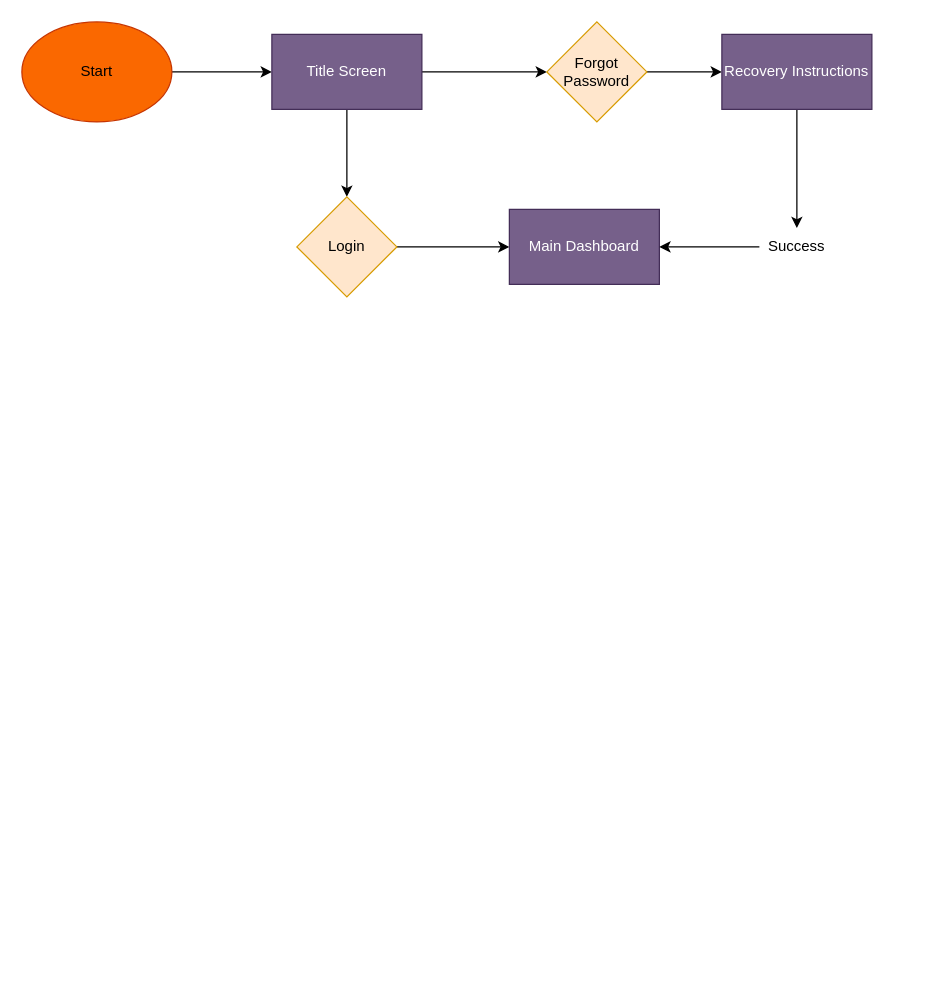
The draw.io diagram Untitled Diagram.drawio in XeLTzy/my-second-repo, before the edit. Source tidied: cells renumbered, new cells numbered last; positions are measured from the earlier drawing's top-left corner, leaving out a move shared by most shapes. Both pictures are drawn from the tidied source at 125%, with x=0, y=0 at pixel (21, 21).
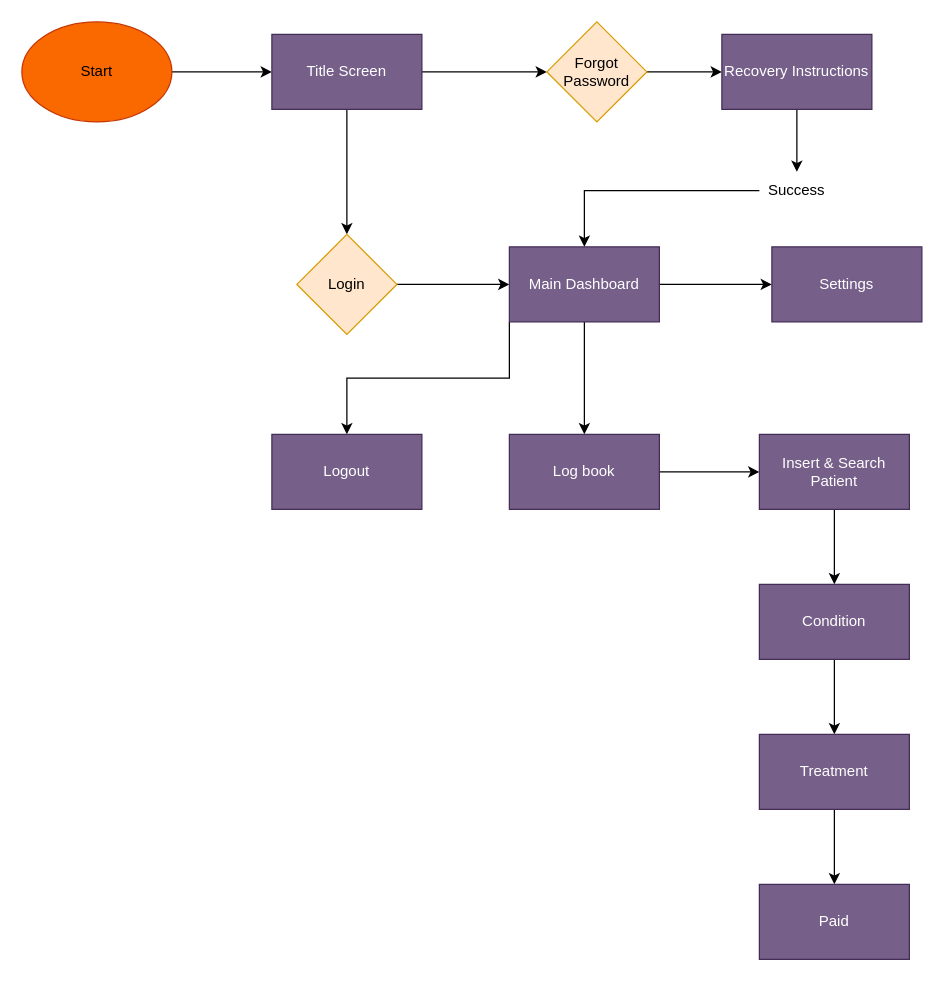
After the change.

The edit, as a diff of the source:
```diff
@@
     <mxCell id="8" value="Login" style="rhombus;whiteSpace=wrap;html=1;fillColor=#ffe6cc;strokeColor=#d79b00;" parent="1" vertex="1">
-      <mxGeometry x="220" y="140" width="80" height="80" as="geometry" />
+      <mxGeometry x="220" y="170" width="80" height="80" as="geometry" />
     </mxCell>
@@
+    <mxCell id="16" style="edgeStyle=orthogonalEdgeStyle;rounded=0;jettySize=auto;html=1;" parent="1" edge="1" source="13" target="20">
+      <mxGeometry relative="1" as="geometry" />
+    </mxCell>
+    <mxCell id="17" style="edgeStyle=orthogonalEdgeStyle;rounded=0;jettySize=auto;html=1;" parent="1" edge="1" source="13" target="27">
+      <mxGeometry relative="1" as="geometry" />
+    </mxCell>
+    <mxCell id="18" style="edgeStyle=orthogonalEdgeStyle;rounded=0;jettySize=auto;html=1;exitX=0;exitY=1;exitDx=0;exitDy=0;" parent="1" edge="1" source="13" target="29">
+      <mxGeometry relative="1" as="geometry" />
+    </mxCell>
     <mxCell id="13" value="Main Dashboard" style="whiteSpace=wrap;html=1;fillColor=#76608a;strokeColor=#432D57;fontColor=#ffffff;" parent="1" vertex="1">
-      <mxGeometry x="390" y="150" width="120" height="60" as="geometry" />
+      <mxGeometry x="390" y="180" width="120" height="60" as="geometry" />
     </mxCell>
-    <mxCell id="14" style="edgeStyle=orthogonalEdgeStyle;rounded=0;jettySize=auto;html=1;exitX=0;exitY=0.5;exitDx=0;exitDy=0;entryX=1;entryY=0.5;entryDx=0;entryDy=0;" parent="1" edge="1" source="15" target="13">
+    <mxCell id="14" style="edgeStyle=orthogonalEdgeStyle;rounded=0;jettySize=auto;html=1;exitX=0;exitY=0.5;exitDx=0;exitDy=0;entryX=0.5;entryY=0;entryDx=0;entryDy=0;" parent="1" edge="1" source="15" target="13">
       <mxGeometry relative="1" as="geometry" />
     </mxCell>
     <mxCell id="15" value="Success" style="text;html=1;align=center;verticalAlign=middle;whiteSpace=wrap;rounded=0;" parent="1" vertex="1">
-      <mxGeometry x="590" y="165" width="60" height="30" as="geometry" />
+      <mxGeometry x="590" y="120" width="60" height="30" as="geometry" />
     </mxCell>
+    <mxCell id="19" style="edgeStyle=orthogonalEdgeStyle;rounded=0;jettySize=auto;html=1;" parent="1" edge="1" source="20" target="22">
+      <mxGeometry relative="1" as="geometry" />
+    </mxCell>
+    <mxCell id="20" value="Log book" style="whiteSpace=wrap;html=1;fillColor=#76608a;strokeColor=#432D57;fontColor=#ffffff;" parent="1" vertex="1">
+      <mxGeometry x="390" y="330" width="120" height="60" as="geometry" />
+    </mxCell>
+    <mxCell id="21" style="edgeStyle=orthogonalEdgeStyle;rounded=0;jettySize=auto;html=1;" parent="1" edge="1" source="22" target="24">
+      <mxGeometry relative="1" as="geometry" />
+    </mxCell>
+    <mxCell id="22" value="Insert &amp;amp; Search Patient" style="whiteSpace=wrap;html=1;fillColor=#76608a;strokeColor=#432D57;fontColor=#ffffff;" parent="1" vertex="1">
+      <mxGeometry x="590" y="330" width="120" height="60" as="geometry" />
+    </mxCell>
+    <mxCell id="23" style="edgeStyle=orthogonalEdgeStyle;rounded=0;jettySize=auto;html=1;" parent="1" edge="1" source="24" target="26">
+      <mxGeometry relative="1" as="geometry" />
+    </mxCell>
+    <mxCell id="24" value="Condition" style="whiteSpace=wrap;html=1;fillColor=#76608a;strokeColor=#432D57;fontColor=#ffffff;" parent="1" vertex="1">
+      <mxGeometry x="590" y="450" width="120" height="60" as="geometry" />
+    </mxCell>
+    <mxCell id="25" style="edgeStyle=orthogonalEdgeStyle;rounded=0;jettySize=auto;html=1;" parent="1" edge="1" source="26" target="28">
+      <mxGeometry relative="1" as="geometry" />
+    </mxCell>
+    <mxCell id="26" value="Treatment" style="whiteSpace=wrap;html=1;fillColor=#76608a;strokeColor=#432D57;fontColor=#ffffff;" parent="1" vertex="1">
+      <mxGeometry x="590" y="570" width="120" height="60" as="geometry" />
+    </mxCell>
+    <mxCell id="27" value="Settings" style="whiteSpace=wrap;html=1;fillColor=#76608a;strokeColor=#432D57;fontColor=#ffffff;" parent="1" vertex="1">
+      <mxGeometry x="600" y="180" width="120" height="60" as="geometry" />
+    </mxCell>
+    <mxCell id="28" value="Paid" style="whiteSpace=wrap;html=1;fillColor=#76608a;strokeColor=#432D57;fontColor=#ffffff;" parent="1" vertex="1">
+      <mxGeometry x="590" y="690" width="120" height="60" as="geometry" />
+    </mxCell>
+    <mxCell id="29" value="Logout" style="whiteSpace=wrap;html=1;fillColor=#76608a;strokeColor=#432D57;fontColor=#ffffff;" parent="1" vertex="1">
+      <mxGeometry x="200" y="330" width="120" height="60" as="geometry" />
+    </mxCell>
```
